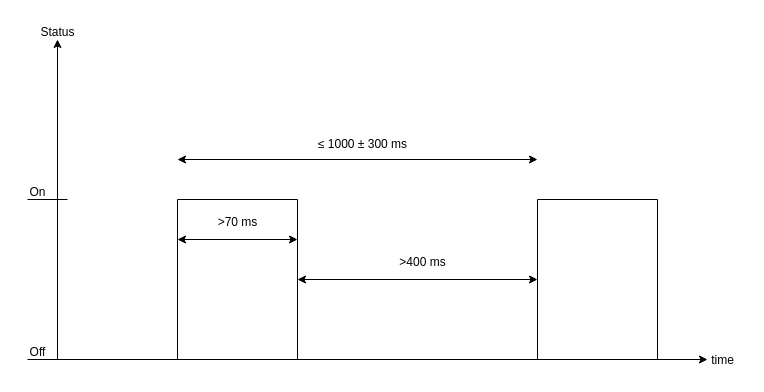
Before: report/figures/signal_duration.drawio in VetleWoie/SDRAvalancheBeacon, a draw.io diagram. Source tidied: cells renumbered, new cells numbered last; positions are measured from the earlier drawing's top-left corner, leaving out a move shared by most shapes. Both pictures are drawn from the tidied source at 100%, with x=0, y=0 at pixel (17, 17).
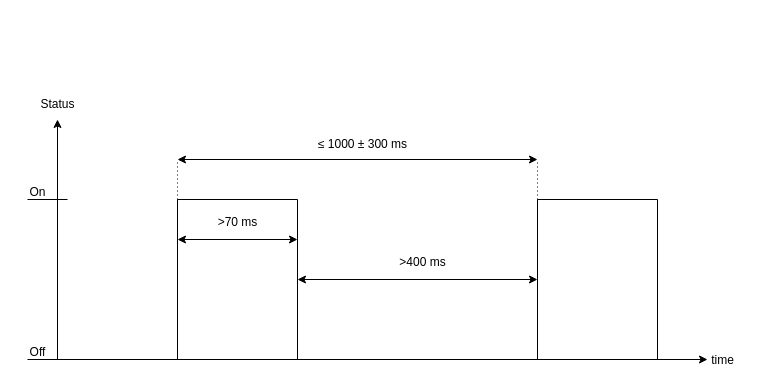
The same diagram, later.

What changed in the source:
```diff
@@
     <mxCell id="2" style="endArrow=classic;html=1;rounded=0;" parent="1" edge="1">
       <mxGeometry relative="1" as="geometry">
         <mxPoint x="40" y="342" as="sourcePoint" />
-        <mxPoint x="40" y="22" as="targetPoint" />
+        <mxPoint x="40" y="102" as="targetPoint" />
       </mxGeometry>
     </mxCell>
@@
     <mxCell id="16" value="Status" style="text;html=1;align=center;verticalAlign=middle;strokeColor=none;fillColor=none;" parent="1" vertex="1">
-      <mxGeometry x="10" width="60" height="30" as="geometry" />
+      <mxGeometry x="10" y="72" width="60" height="30" as="geometry" />
     </mxCell>
@@
+    <mxCell id="21" style="endArrow=none;dashed=1;html=1;dashPattern=1 3;strokeWidth=1;rounded=0;" parent="1" edge="1">
+      <mxGeometry relative="1" as="geometry">
+        <mxPoint x="160" y="182" as="sourcePoint" />
+        <mxPoint x="160" y="142" as="targetPoint" />
+      </mxGeometry>
+    </mxCell>
+    <mxCell id="22" style="endArrow=none;dashed=1;html=1;dashPattern=1 3;strokeWidth=1;rounded=0;" parent="1" edge="1">
+      <mxGeometry relative="1" as="geometry">
+        <mxPoint x="520" y="182" as="sourcePoint" />
+        <mxPoint x="520" y="142" as="targetPoint" />
+      </mxGeometry>
+    </mxCell>
```
